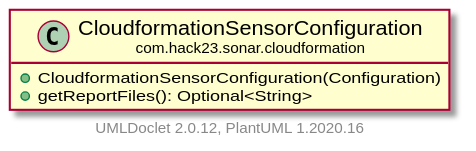
Above: testapidocs/com/hack23/sonar/cloudformation/CloudformationSensorConfiguration.svg in Hack23/sonar-cloudformation-plugin (PlantUML), before the change.
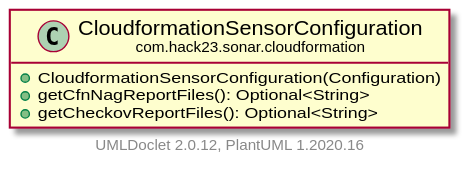
The same diagram one commit later.

The edit, as a diff of the source:
```diff
@@ -5,7 +5,8 @@
 
     class "<size:14>CloudformationSensorConfiguration\n<size:10>com.hack23.sonar.cloudformation" as com.hack23.sonar.cloudformation.CloudformationSensorConfiguration [[CloudformationSensorConfiguration.html]] {
         +CloudformationSensorConfiguration(Configuration)
-        +getReportFiles(): Optional<String>
+        +getCfnNagReportFiles(): Optional<String>
+        +getCheckovReportFiles(): Optional<String>
     }
 
     center footer UMLDoclet 2.0.12, PlantUML 1.2020.16
```
